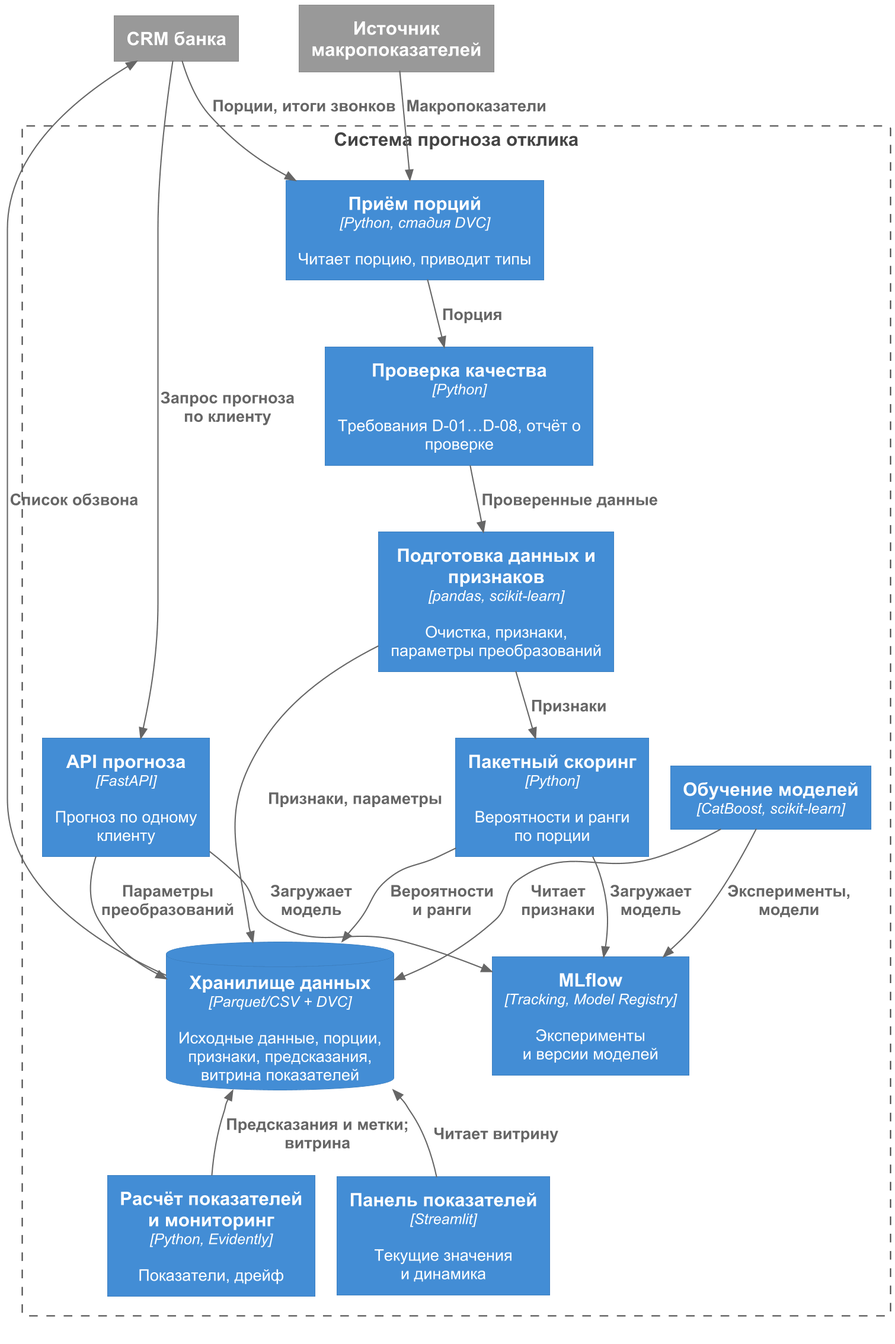
Above: report_assets/pr2/img/рис_2_2.png in Lishangie/bank-marketing-mlops (PlantUML), before the change. Source of this version:
```plantuml
@startuml c4_container
!pragma layout smetana
!include <C4/C4_Container>
skinparam dpi 200
skinparam defaultFontName Arial
skinparam defaultFontSize 13
LAYOUT_TOP_DOWN()
HIDE_STEREOTYPE()

System_Ext(crm, "CRM банка")
System_Ext(macro, "Источник макропоказателей")

Boundary(system, "Система прогноза отклика") {
  Container(ingest, "Приём порций", "Python, стадия DVC", "Читает порцию, приводит типы")
  Container(validate, "Проверка качества", "Python", "Требования D-01…D-08, отчёт о проверке")
  Container(prep, "Подготовка данных и признаков", "pandas, scikit-learn", "Очистка, признаки,\nпараметры преобразований")
  Container(score, "Пакетный скоринг", "Python", "Вероятности и ранги\nпо порции")
  ContainerDb(store, "Хранилище данных", "Parquet/CSV + DVC", "Исходные данные, порции,\nпризнаки, предсказания,\nвитрина показателей")
  Container(train, "Обучение моделей", "CatBoost, scikit-learn")
  Container(mlflow, "MLflow", "Tracking, Model Registry", "Эксперименты\nи версии моделей")
  Container(api, "API прогноза", "FastAPI", "Прогноз по одному\nклиенту")
  Container(monitor, "Расчёт показателей\nи мониторинг", "Python, Evidently", "Показатели, дрейф")
  Container(panel, "Панель показателей", "Streamlit", "Текущие значения\nи динамика")
}

Lay_R(crm, macro)
Lay_R(prep, train)
Lay_R(api, score)
Lay_R(store, mlflow)
Lay_R(monitor, panel)

Rel(crm, ingest, "Порции, итоги звонков")
Rel(macro, ingest, "Макропоказатели")
Rel(ingest, validate, "Порция")
Rel(validate, prep, "Проверенные данные")
Rel(prep, score, "Признаки")
Rel(prep, store, "Признаки, параметры")
Rel(score, store, "Вероятности\nи ранги")
Rel(score, mlflow, "Загружает\nмодель")
Rel(train, store, "Читает\nпризнаки")
Rel(train, mlflow, "Эксперименты,\nмодели")
Rel(api, mlflow, "Загружает\nмодель")
Rel(api, store, "Параметры\nпреобразований")
Rel_U(monitor, store, "Предсказания и метки; витрина")
Rel_U(panel, store, "Читает витрину")
Rel_U(store, crm, "Список обзвона")
Rel(crm, api, "Запрос прогноза\nпо клиенту")
@enduml
```
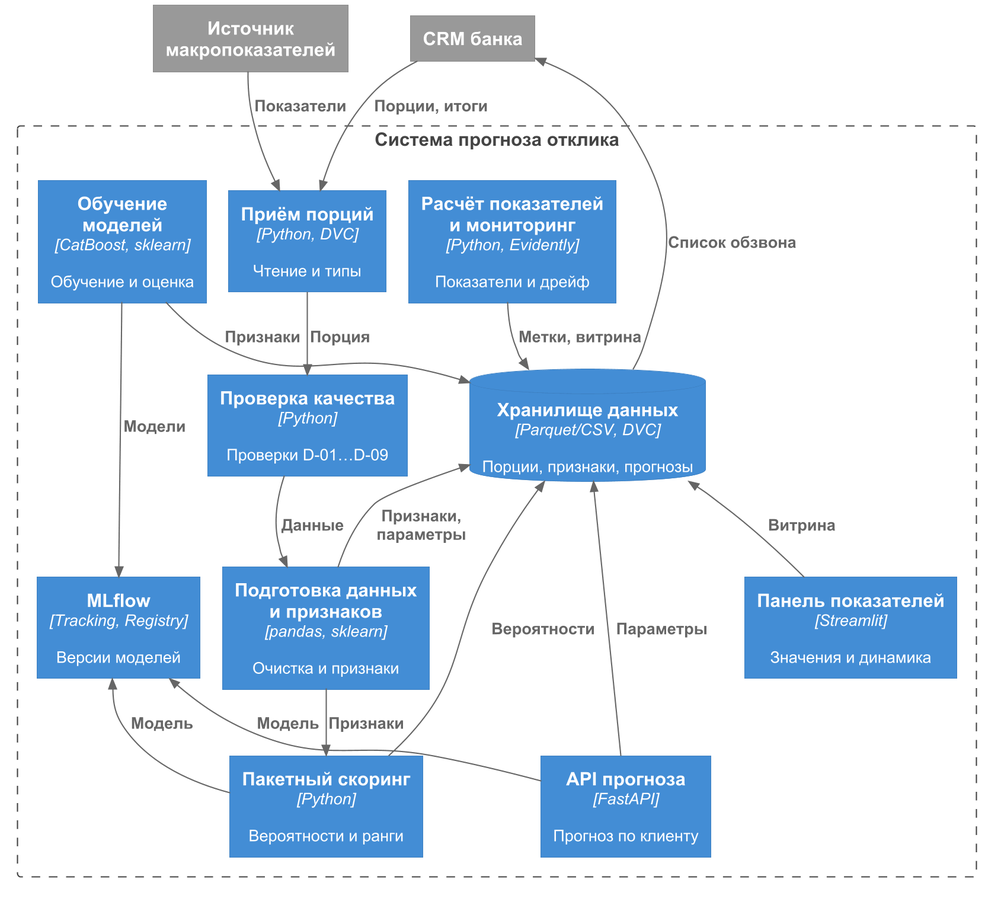
The same diagram one commit later.

Commit message:
Диаграмма контейнеров: короткие описания, технология тем же кеглем, раскладка в 4 ряда

Change to the diagram source:
```diff
@@ -4,45 +4,45 @@
 skinparam dpi 200
 skinparam defaultFontName Arial
 skinparam defaultFontSize 13
+!$TECHN_FONT_SIZE = 13
 LAYOUT_TOP_DOWN()
 HIDE_STEREOTYPE()
 
 System_Ext(crm, "CRM банка")
-System_Ext(macro, "Источник макропоказателей")
+System_Ext(macro, "Источник\nмакропоказателей")
 
 Boundary(system, "Система прогноза отклика") {
-  Container(ingest, "Приём порций", "Python, стадия DVC", "Читает порцию, приводит типы")
-  Container(validate, "Проверка качества", "Python", "Требования D-01…D-08, отчёт о проверке")
-  Container(prep, "Подготовка данных и признаков", "pandas, scikit-learn", "Очистка, признаки,\nпараметры преобразований")
-  Container(score, "Пакетный скоринг", "Python", "Вероятности и ранги\nпо порции")
-  ContainerDb(store, "Хранилище данных", "Parquet/CSV + DVC", "Исходные данные, порции,\nпризнаки, предсказания,\nвитрина показателей")
-  Container(train, "Обучение моделей", "CatBoost, scikit-learn")
-  Container(mlflow, "MLflow", "Tracking, Model Registry", "Эксперименты\nи версии моделей")
-  Container(api, "API прогноза", "FastAPI", "Прогноз по одному\nклиенту")
-  Container(monitor, "Расчёт показателей\nи мониторинг", "Python, Evidently", "Показатели, дрейф")
-  Container(panel, "Панель показателей", "Streamlit", "Текущие значения\nи динамика")
+  Container(ingest, "Приём порций", "Python, DVC", "Чтение и типы")
+  Container(train, "Обучение\nмоделей", "CatBoost, sklearn", "Обучение и оценка")
+  Container(monitor, "Расчёт показателей\nи мониторинг", "Python, Evidently", "Показатели и дрейф")
+  Container(validate, "Проверка качества", "Python", "Проверки D-01…D-09")
+  Container(mlflow, "MLflow", "Tracking, Registry", "Версии моделей")
+  ContainerDb(store, "Хранилище данных", "Parquet/CSV, DVC", "Порции, признаки, прогнозы")
+  Container(prep, "Подготовка данных\nи признаков", "pandas, sklearn", "Очистка и признаки")
+  Container(score, "Пакетный скоринг", "Python", "Вероятности и ранги")
+  Container(panel, "Панель показателей", "Streamlit", "Значения и динамика")
+  Container(api, "API прогноза", "FastAPI", "Прогноз по клиенту")
 }
 
-Lay_R(crm, macro)
-Lay_R(prep, train)
-Lay_R(api, score)
-Lay_R(store, mlflow)
-Lay_R(monitor, panel)
+Lay_R(macro, crm)
+Lay_D(macro, train)
+Lay_D(crm, monitor)
+Lay_D(store, panel)
+Lay_D(panel, api)
 
-Rel(crm, ingest, "Порции, итоги звонков")
-Rel(macro, ingest, "Макропоказатели")
+Rel(crm, ingest, "Порции, итоги")
+Rel(macro, ingest, "Показатели")
 Rel(ingest, validate, "Порция")
-Rel(validate, prep, "Проверенные данные")
+Rel(validate, prep, "Данные")
 Rel(prep, score, "Признаки")
-Rel(prep, store, "Признаки, параметры")
-Rel(score, store, "Вероятности\nи ранги")
-Rel(score, mlflow, "Загружает\nмодель")
-Rel(train, store, "Читает\nпризнаки")
-Rel(train, mlflow, "Эксперименты,\nмодели")
-Rel(api, mlflow, "Загружает\nмодель")
-Rel(api, store, "Параметры\nпреобразований")
-Rel_U(monitor, store, "Предсказания и метки; витрина")
-Rel_U(panel, store, "Читает витрину")
+Rel_U(prep, store, "Признаки,\nпараметры")
+Rel(train, mlflow, "Модели")
+Rel(train, store, "Признаки")
+Rel_U(score, mlflow, "Модель")
+Rel_U(score, store, "Вероятности")
+Rel(monitor, store, "Метки, витрина")
+Rel_U(panel, store, "Витрина")
+Rel_U(api, mlflow, "Модель")
+Rel_U(api, store, "Параметры")
 Rel_U(store, crm, "Список обзвона")
-Rel(crm, api, "Запрос прогноза\nпо клиенту")
 @enduml
```
